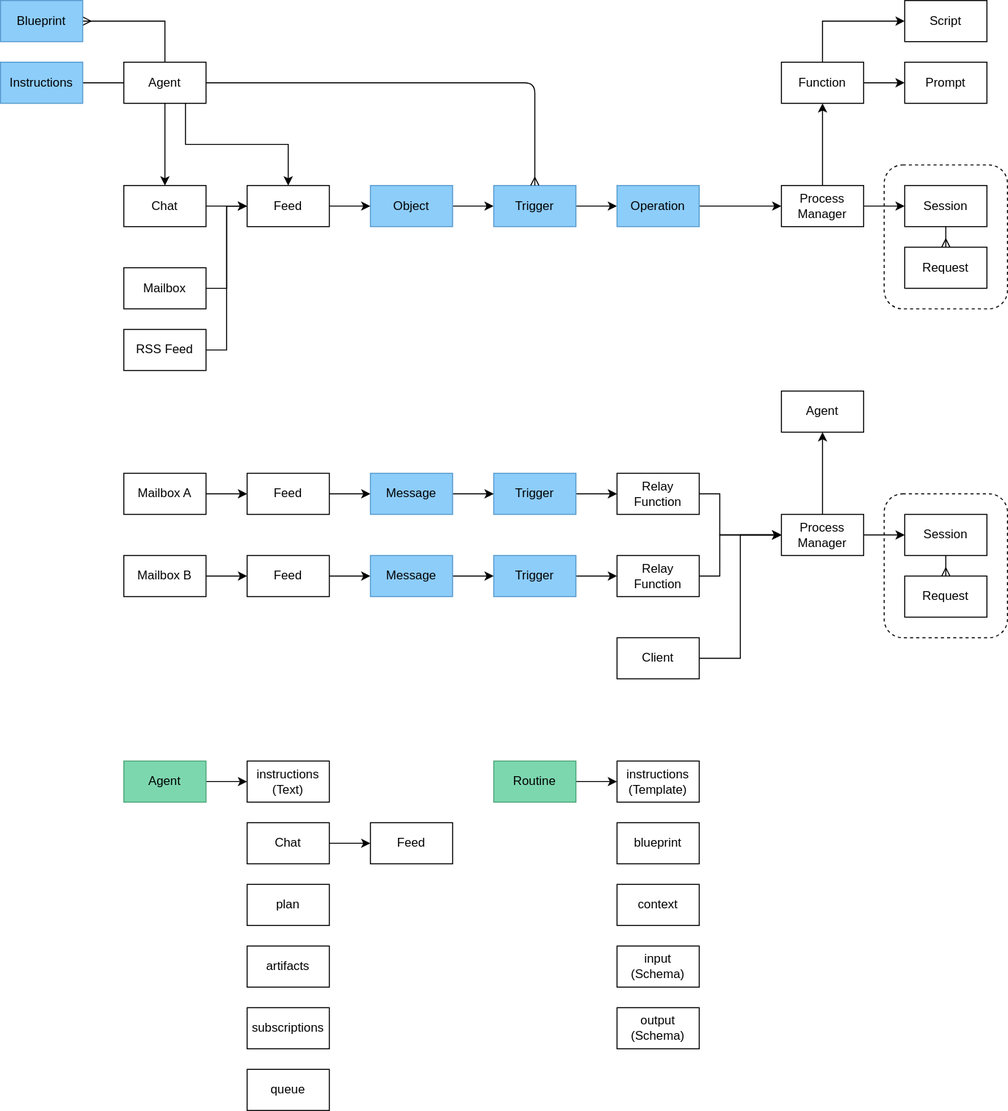
Earlier version of the draw.io export packages/core/compute/assistant/docs/agent.drawio.svg (dxos/dxos). Source tidied: cells renumbered, new cells last; positions are measured from the earlier drawing's top-left corner, leaving out a move shared by most shapes.
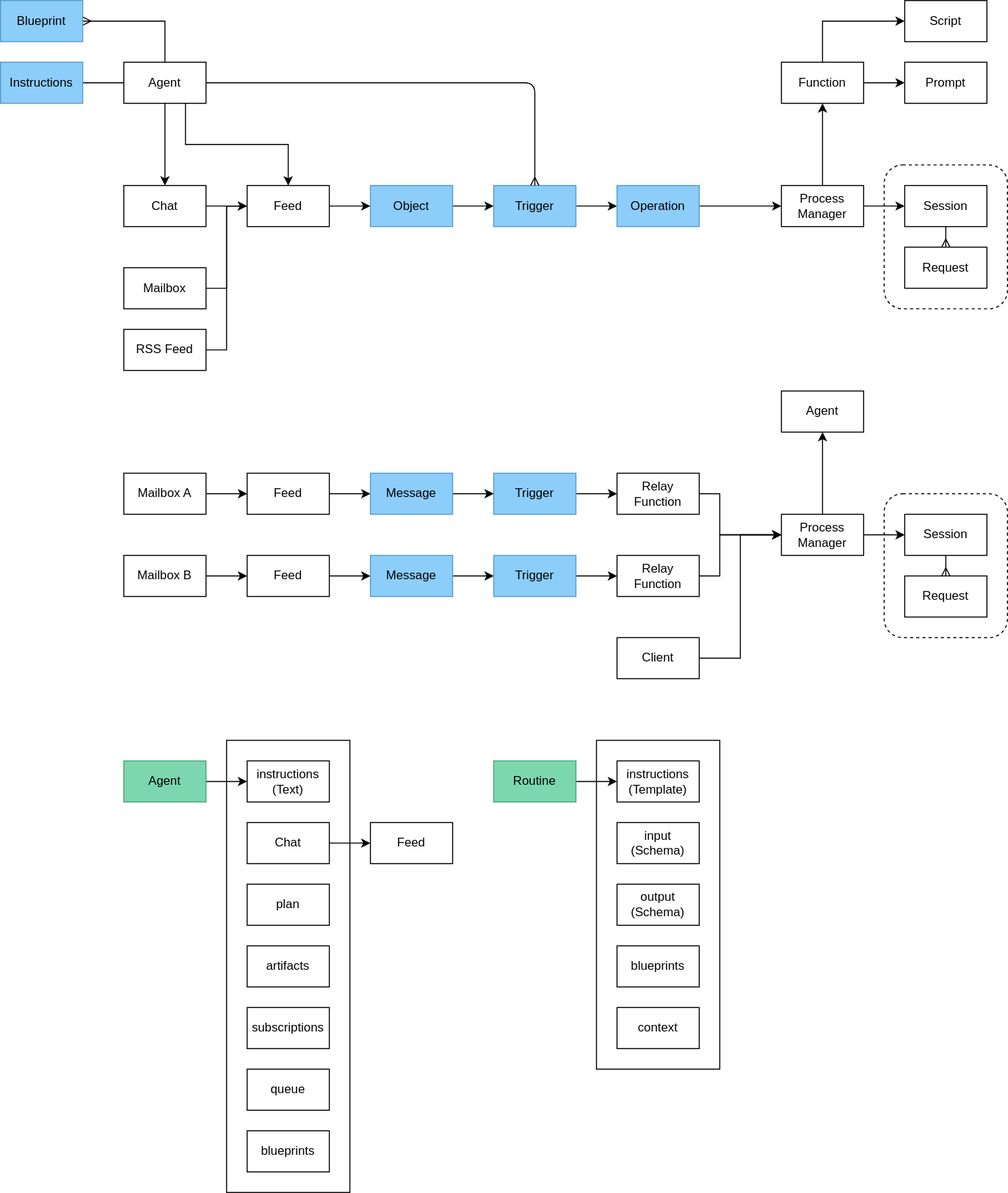
Above is the later version.

Commit message:
chore: include concurrent agent.drawio.svg edits

Change to the diagram source:
```diff
@@ -2,6 +2,9 @@
   <root>
     <mxCell id="0" />
     <mxCell id="1" parent="0" />
+    <mxCell id="83" style="rounded=0;whiteSpace=wrap;html=1;fillColor=none;" parent="1" vertex="1">
+      <mxGeometry x="220" y="720" width="120" height="440" as="geometry" />
+    </mxCell>
     <mxCell id="2" style="rounded=1;whiteSpace=wrap;html=1;dashed=1;fillColor=none;" parent="1" vertex="1">
       <mxGeometry x="860" y="160" width="120" height="140" as="geometry" />
     </mxCell>
@@ -249,14 +252,14 @@
     <mxCell id="68" value="instructions&lt;br&gt;(Template)" style="rounded=0;whiteSpace=wrap;html=1;" parent="1" vertex="1">
       <mxGeometry x="600" y="740" width="80" height="40" as="geometry" />
     </mxCell>
-    <mxCell id="69" value="blueprint" style="rounded=0;whiteSpace=wrap;html=1;" parent="1" vertex="1">
-      <mxGeometry x="600" y="800" width="80" height="40" as="geometry" />
+    <mxCell id="69" value="blueprints" style="rounded=0;whiteSpace=wrap;html=1;" parent="1" vertex="1">
+      <mxGeometry x="600" y="920" width="80" height="40" as="geometry" />
     </mxCell>
     <mxCell id="70" value="input&lt;br&gt;(Schema)" style="rounded=0;whiteSpace=wrap;html=1;" parent="1" vertex="1">
-      <mxGeometry x="600" y="920" width="80" height="40" as="geometry" />
+      <mxGeometry x="600" y="800" width="80" height="40" as="geometry" />
     </mxCell>
     <mxCell id="71" value="output&lt;br&gt;(Schema)" style="rounded=0;whiteSpace=wrap;html=1;" parent="1" vertex="1">
-      <mxGeometry x="600" y="980" width="80" height="40" as="geometry" />
+      <mxGeometry x="600" y="860" width="80" height="40" as="geometry" />
     </mxCell>
     <mxCell id="72" style="edgeStyle=none;html=1;exitX=1;exitY=0.5;exitDx=0;exitDy=0;" parent="1" edge="1" source="73" target="75">
       <mxGeometry relative="1" as="geometry" />
@@ -265,7 +268,7 @@
       <mxGeometry x="120" y="740" width="80" height="40" as="geometry" />
     </mxCell>
     <mxCell id="74" value="context" style="rounded=0;whiteSpace=wrap;html=1;" parent="1" vertex="1">
-      <mxGeometry x="600" y="860" width="80" height="40" as="geometry" />
+      <mxGeometry x="600" y="980" width="80" height="40" as="geometry" />
     </mxCell>
     <mxCell id="75" value="instructions&lt;br&gt;(Text)" style="rounded=0;whiteSpace=wrap;html=1;" parent="1" vertex="1">
       <mxGeometry x="240" y="740" width="80" height="40" as="geometry" />
@@ -291,5 +294,11 @@
     <mxCell id="82" value="queue" style="rounded=0;whiteSpace=wrap;html=1;" parent="1" vertex="1">
       <mxGeometry x="240" y="1040" width="80" height="40" as="geometry" />
     </mxCell>
+    <mxCell id="84" value="blueprints" style="rounded=0;whiteSpace=wrap;html=1;" parent="1" vertex="1">
+      <mxGeometry x="240" y="1100" width="80" height="40" as="geometry" />
+    </mxCell>
+    <mxCell id="85" style="rounded=0;whiteSpace=wrap;html=1;fillColor=none;" parent="1" vertex="1">
+      <mxGeometry x="580" y="720" width="120" height="320" as="geometry" />
+    </mxCell>
   </root>
 </mxGraphModel>
```
